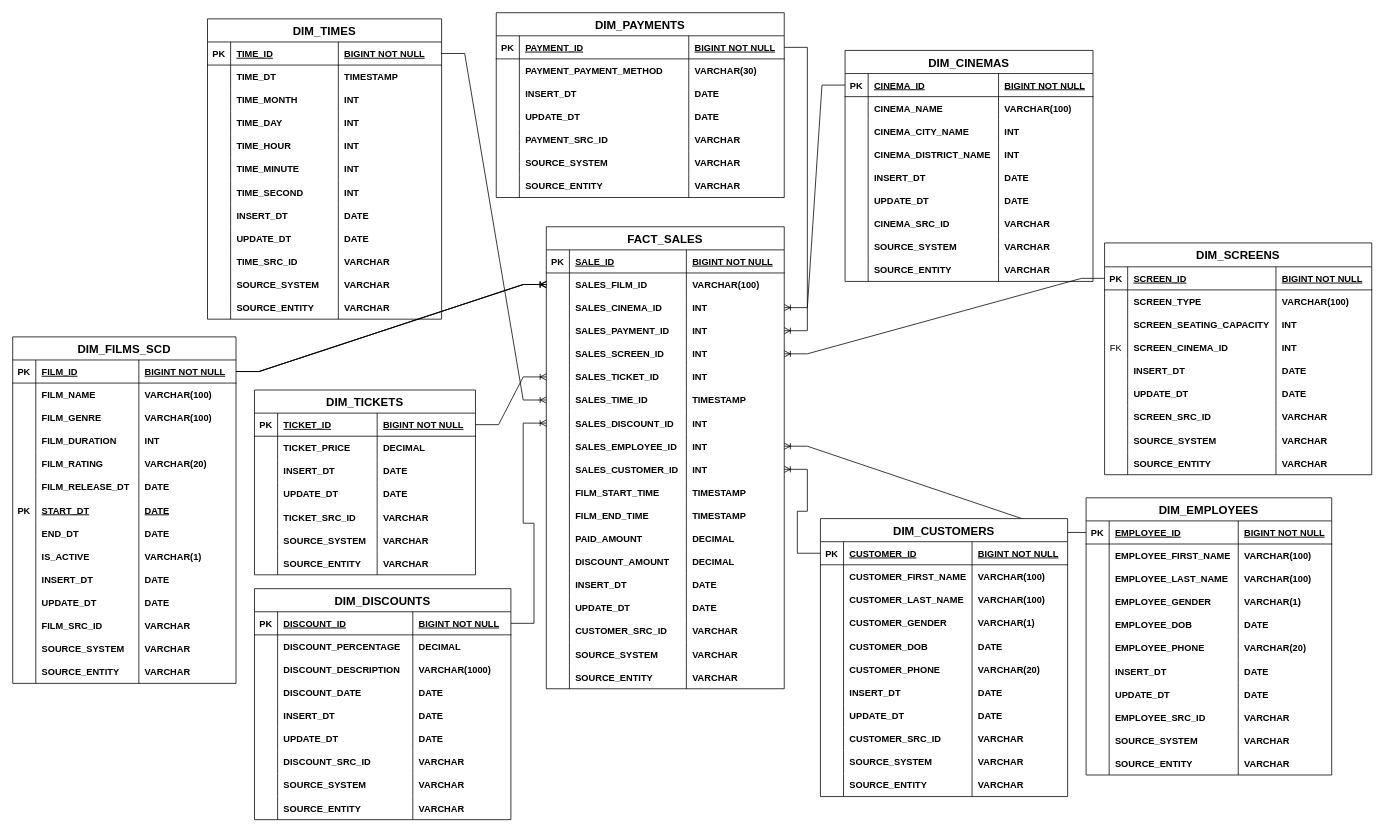
Before: ticket_sales_star_schema.drawio in GiorgiEz/DB-modeling, a draw.io diagram. Source tidied: cells renumbered, new cells numbered last; positions are measured from the earlier drawing's top-left corner, leaving out a move shared by most shapes. Both pictures are drawn from the tidied source at 77%, with x=0, y=0 at pixel (12, 12).
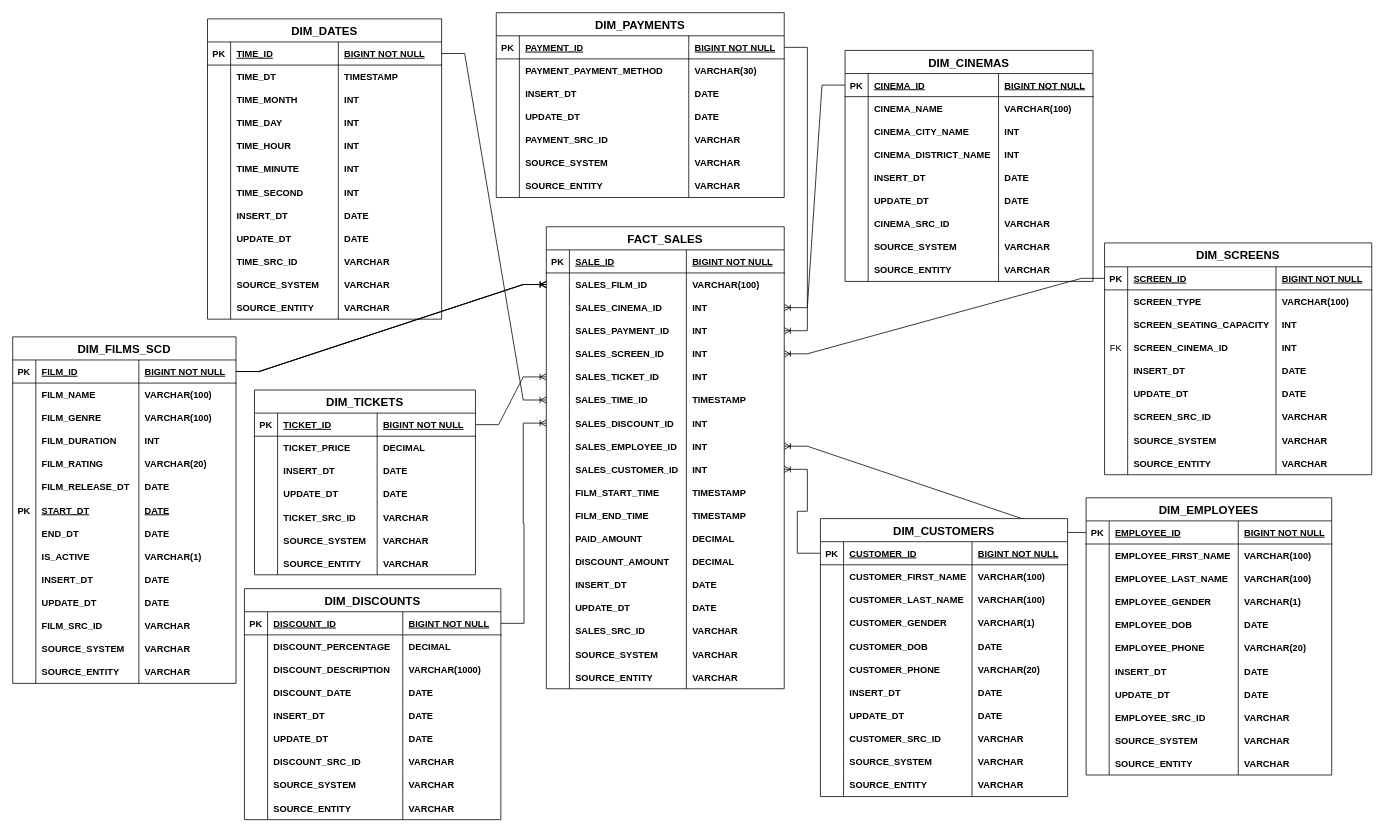
Above is the later version.

The change refers to these unchanged cells:
```xml
<mxCell id="387" style="shape=partialRectangle;fillColor=none;top=0;left=0;right=0;bottom=0;" parent="322" vertex="1">
  <mxGeometry y="510" width="309" height="30" as="geometry" />
</mxCell>
```

Diff of the diagram source:
```diff
@@
-    <mxCell id="96" value="DIM_TIMES" style="shape=table;startSize=30;childLayout=tableLayout;rowLines=0;fontStyle=1;align=center;fontSize=15;" parent="1" vertex="1">
+    <mxCell id="96" value="DIM_DATES" style="shape=table;startSize=30;childLayout=tableLayout;rowLines=0;fontStyle=1;align=center;fontSize=15;" parent="1" vertex="1">
       <mxGeometry x="253" y="8" width="304" height="390" as="geometry" />
     </mxCell>
@@
     <mxCell id="182" value="DIM_DISCOUNTS" style="shape=table;startSize=30;childLayout=tableLayout;rowLines=0;fontStyle=1;align=center;fontSize=15;" parent="1" vertex="1">
-      <mxGeometry x="314" y="748" width="333" height="300" as="geometry" />
+      <mxGeometry x="301" y="748" width="333" height="300" as="geometry" />
     </mxCell>
@@
-    <mxCell id="389" value="CUSTOMER_SRC_ID" style="shape=partialRectangle;overflow=hidden;fillColor=none;top=0;left=0;bottom=0;right=0;align=left;spacingLeft=6;fontStyle=1;" parent="387" vertex="1">
+    <mxCell id="389" value="SALES_SRC_ID" style="shape=partialRectangle;overflow=hidden;fillColor=none;top=0;left=0;bottom=0;right=0;align=left;spacingLeft=6;fontStyle=1;" parent="387" vertex="1">
       <mxGeometry x="30" width="151.9" height="30" as="geometry" />
     </mxCell>
```
